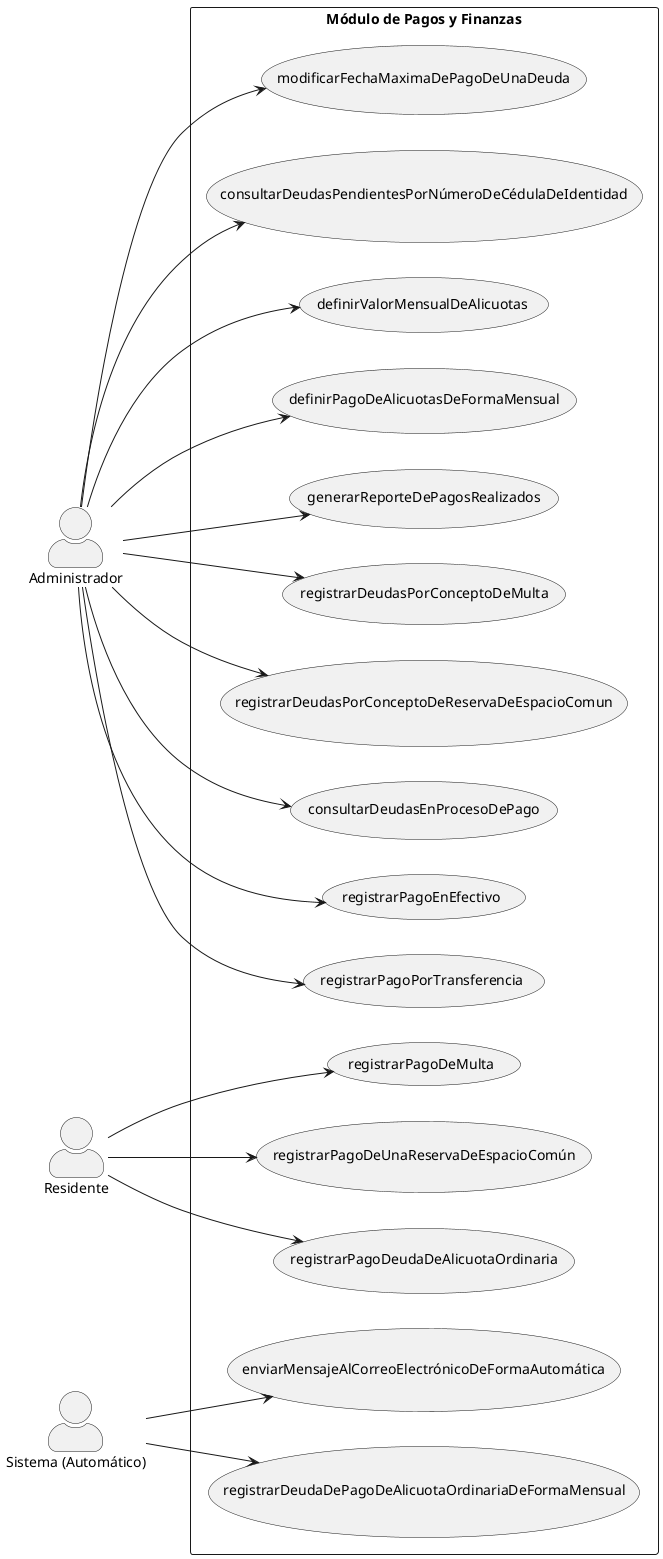
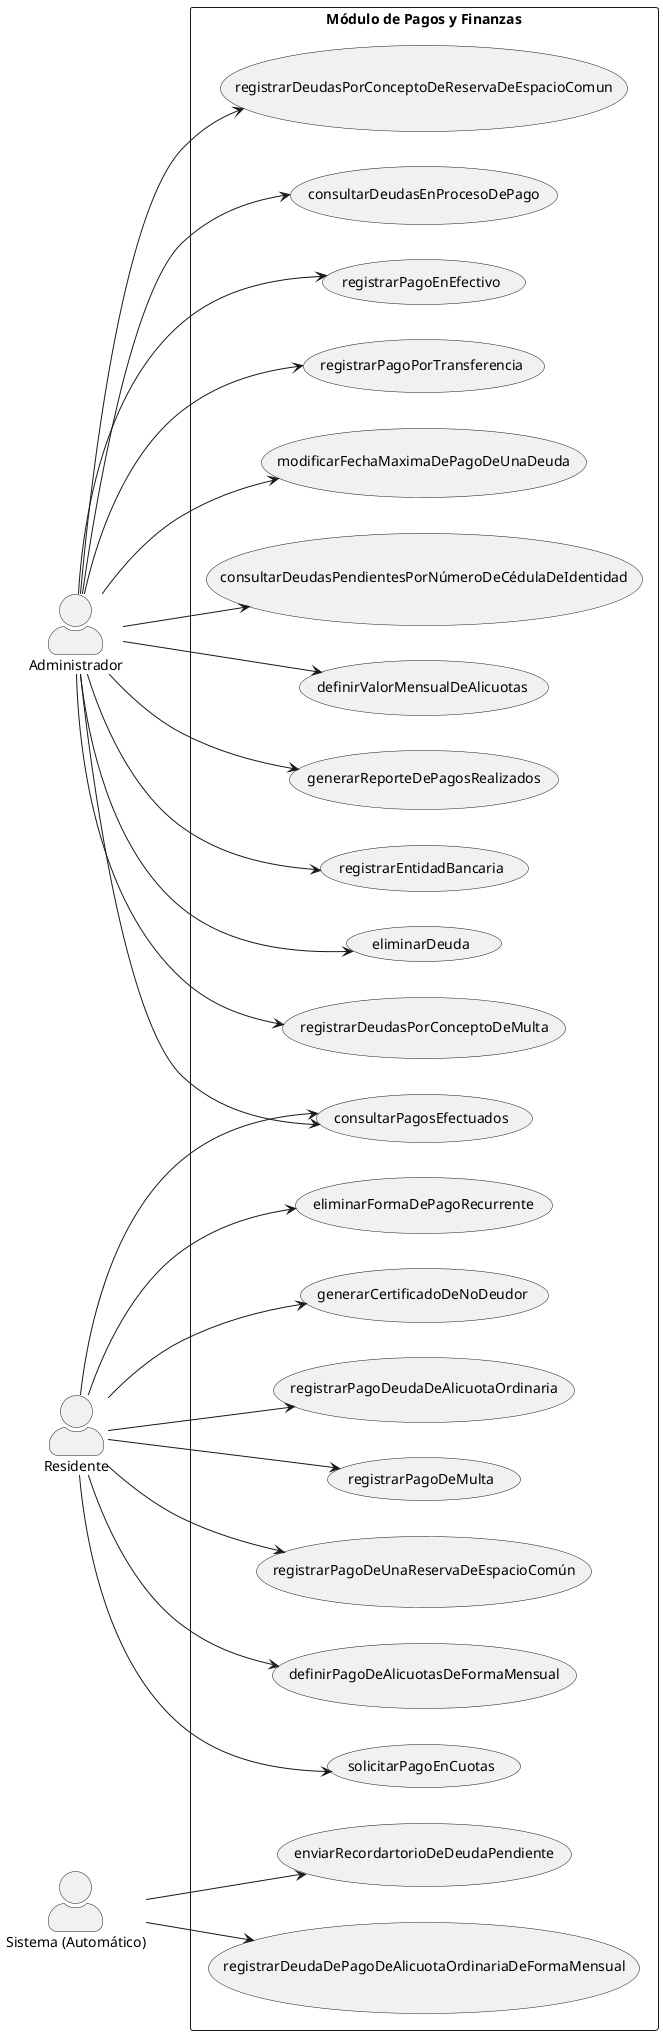
@startuml
skinparam actorStyle awesome
left to right direction

actor "Administrador" as Admin
actor "Residente" as Residente
actor "Sistema (Automático)" as Sistema

rectangle "Módulo de Pagos y Finanzas" {

+     ' --- Casos de Uso Existentes ---
    usecase "registrarPagoDeudaDeAlicuotaOrdinaria" as UC_E1
    usecase "registrarPagoDeMulta" as UC_E2
    usecase "registrarPagoDeUnaReservaDeEspacioComún" as UC_E3
    usecase "registrarDeudasPorConceptoDeMulta" as UC_E4
    usecase "registrarDeudasPorConceptoDeReservaDeEspacioComun" as UC_E5
    usecase "registrarDeudaDePagoDeAlicuotaOrdinariaDeFormaMensual" as UC_E6
    usecase "consultarDeudasEnProcesoDePago" as UC_E7
    usecase "registrarPagoEnEfectivo" as UC_A1
    usecase "registrarPagoPorTransferencia" as UC_A2
    usecase "modificarFechaMaximaDePagoDeUnaDeuda" as UC_R1
    usecase "consultarDeudasPendientesPorNúmeroDeCédulaDeIdentidad" as UC_R2
    usecase "definirValorMensualDeAlicuotas" as UC_R3
    usecase "definirPagoDeAlicuotasDeFormaMensual" as UC_R4
    usecase "generarReporteDePagosRealizados" as UC_B1
-     usecase "enviarMensajeAlCorreoElectrónicoDeFormaAutomática" as UC_B2
+     usecase "enviarRecordartorioDeDeudaPendiente" as UC_B2
+     usecase "registrarEntidadBancaria" as UC_F1
+     usecase "consultarPagosEfectuados" as UC_F2
+     usecase "solicitarPagoEnCuotas" as UC_F3
+     usecase "eliminarFormaDePagoRecurrente" as UC_F4
+     usecase "eliminarDeuda" as UC_F5
+     usecase "generarCertificadoDeNoDeudor" as UC_F6
}

' --- Relaciones del Residente ---
- ' El residente interactúa directamente para pagar y consultar deudas
Residente --> UC_E1
Residente --> UC_E2
Residente --> UC_E3
- 
+ Residente --> UC_F2
+ Residente --> UC_F3
+ Residente --> UC_F4
+ Residente --> UC_F6
+ Residente --> UC_R4
' --- Relaciones del Administrador ---
- ' Gestión operativa de la administración
Admin --> UC_E4
Admin --> UC_E5
Admin --> UC_E7
Admin --> UC_A1
Admin --> UC_A2
Admin --> UC_R1
Admin --> UC_R2
Admin --> UC_R3
- Admin --> UC_R4
+ ' UC_R4 fue eliminado de aquí
Admin --> UC_B1
+ Admin --> UC_F1
+ Admin --> UC_F2
+ Admin --> UC_F5

' --- Relaciones del Sistema (Procesos Automáticos) ---
- ' Tareas automatizadas por el backend según el documento RF_GR1.xlsx
Sistema --> UC_E6
Sistema --> UC_B2

@enduml